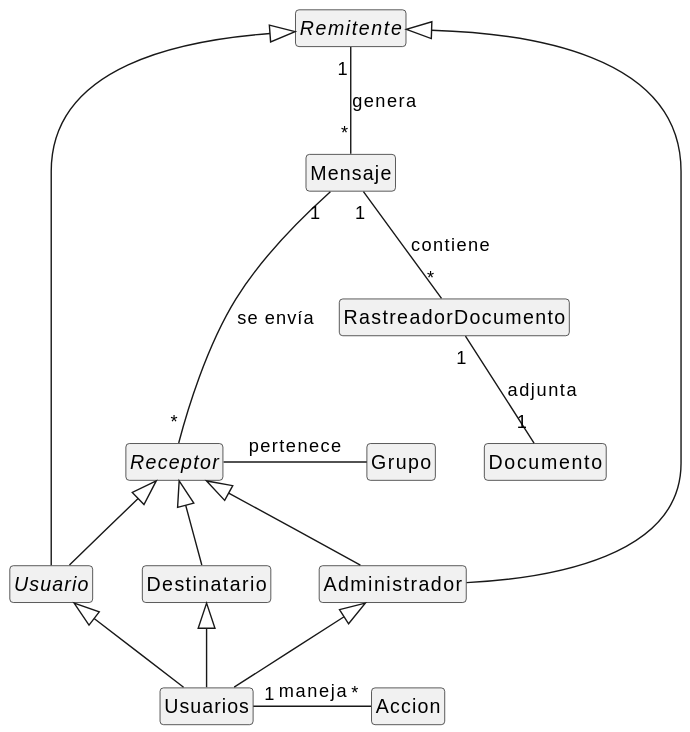
Above: docs/modeloDeDominio/diagramaDeClases/diagramaClasesIteracion3.svg in mmasias/24-25-IdSw1-SDR (PlantUML), before the change.
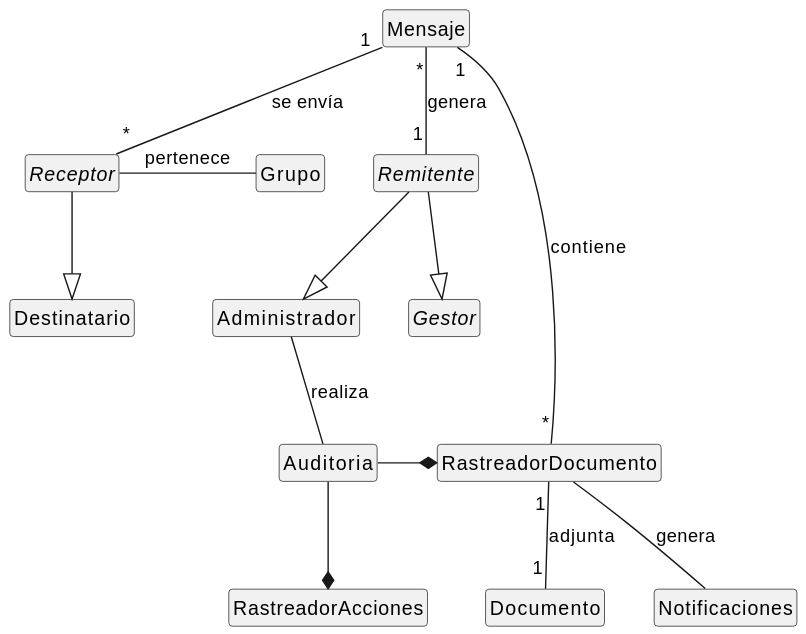
Above is the later version.

Commit message:
FIX/diagrama-clases

Change to the diagram source:
```diff
@@ -4,11 +4,9 @@
 
 abstract Remitente
 
-class Accion
+class Notificaciones
 
-abstract Usuario
-
-class Accion
+abstract Gestor
 
 class Mensaje
 
@@ -24,26 +22,29 @@
 
 class Documento
 
-Usuarios -u-|> Administrador
-Usuarios -u-|> Usuario
-Usuarios -u-|> Destinatario
+class Auditoria
 
-Remitente <|-- Administrador
-Remitente <|----- Usuario
+class RastreadorAcciones
 
-Receptor <|-- Destinatario
-Receptor <|-- Usuario
-Receptor <|-- Administrador
+Mensaje  "1"--"*" RastreadorDocumento : contiene
+
+Mensaje  "1"-d-"*" Receptor : se envía
+
+Remitente --|> Administrador
+Remitente --|> Gestor
+
+Receptor --|> Destinatario
 
 Receptor -r- Grupo : pertenece
 
-Usuarios "1"-r-"*" Accion : maneja
+RastreadorDocumento -- Notificaciones : genera
 
-Remitente "1"--"*" Mensaje : genera
+Remitente "1"-u-"*" Mensaje : genera
 
-Mensaje  "1"--"*" RastreadorDocumento : contiene
+Administrador -- Auditoria : realiza
 
-Mensaje  "1"-r-"*" Receptor : se envía
+Auditoria --* RastreadorAcciones
+Auditoria -r-* RastreadorDocumento
 
 RastreadorDocumento "1"--"1" Documento: adjunta
 @enduml
```
